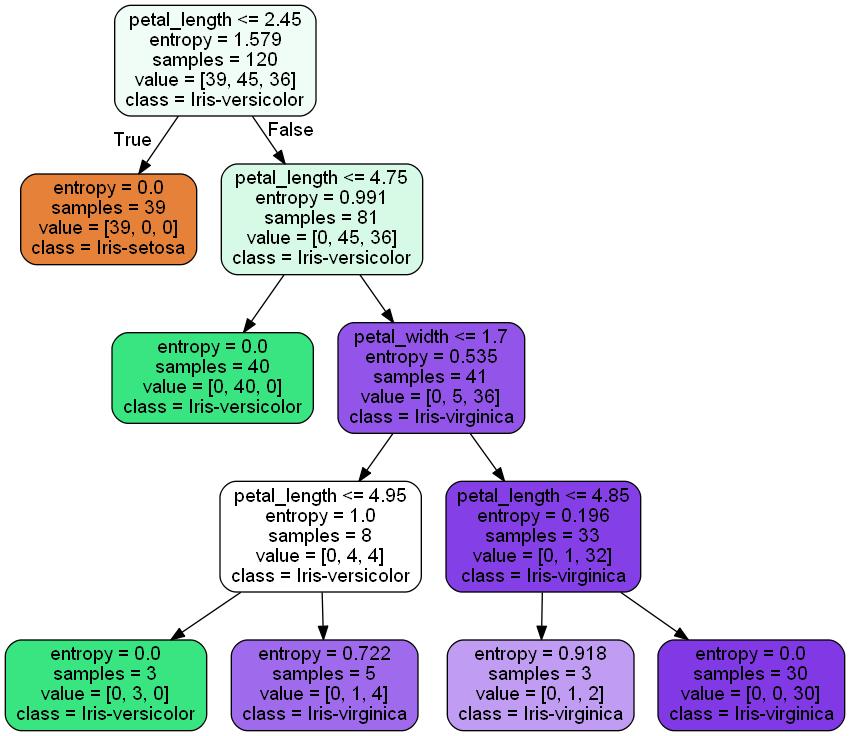
NohemyLemus/Inteligencia-artificial keeps this Graphviz diagram as Arboles/notebooks/iris-tree.png. Above is the earlier version. Its source is kept beside it as Arboles/notebooks/iris-tree.dot.
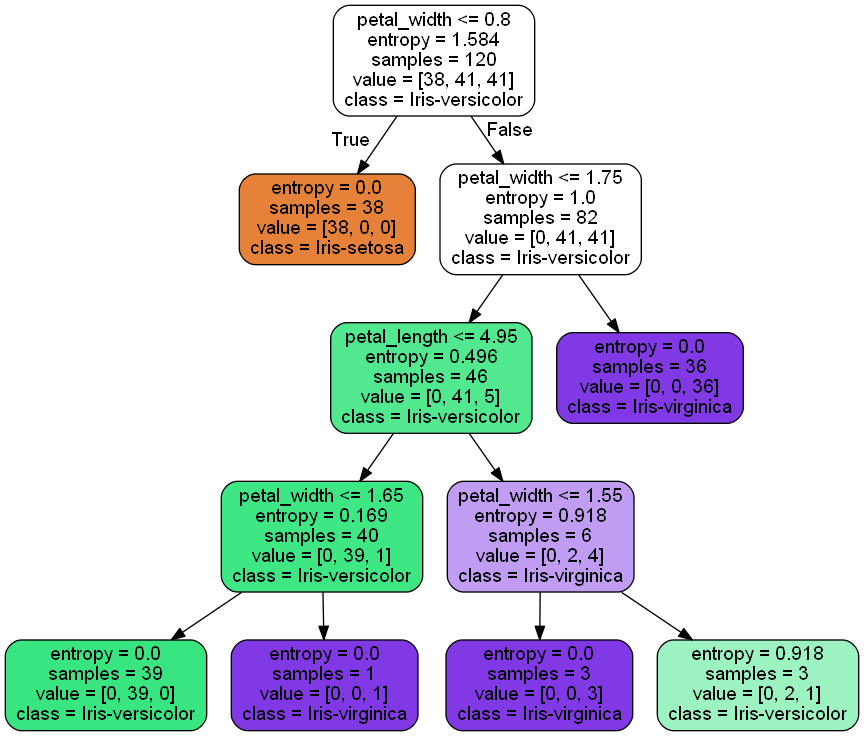
Above is the later version.

Change to the diagram source:
```diff
@@ -1,25 +1,25 @@
 digraph Tree {
 node [shape=box, style="filled, rounded", color="black", fontname=helvetica] ;
 edge [fontname=helvetica] ;
-0 [label="petal_length <= 2.45\nentropy = 1.579\nsamples = 120\nvalue = [39, 45, 36]\nclass = Iris-versicolor", fillcolor="#f0fdf6"] ;
-1 [label="entropy = 0.0\nsamples = 39\nvalue = [39, 0, 0]\nclass = Iris-setosa", fillcolor="#e58139"] ;
+0 [label="petal_width <= 0.8\nentropy = 1.584\nsamples = 120\nvalue = [38, 41, 41]\nclass = Iris-versicolor", fillcolor="#ffffff"] ;
+1 [label="entropy = 0.0\nsamples = 38\nvalue = [38, 0, 0]\nclass = Iris-setosa", fillcolor="#e58139"] ;
 0 -> 1 [labeldistance=2.5, labelangle=45, headlabel="True"] ;
-2 [label="petal_length <= 4.75\nentropy = 0.991\nsamples = 81\nvalue = [0, 45, 36]\nclass = Iris-versicolor", fillcolor="#d7fae6"] ;
+2 [label="petal_width <= 1.75\nentropy = 1.0\nsamples = 82\nvalue = [0, 41, 41]\nclass = Iris-versicolor", fillcolor="#ffffff"] ;
 0 -> 2 [labeldistance=2.5, labelangle=-45, headlabel="False"] ;
-3 [label="entropy = 0.0\nsamples = 40\nvalue = [0, 40, 0]\nclass = Iris-versicolor", fillcolor="#39e581"] ;
+3 [label="petal_length <= 4.95\nentropy = 0.496\nsamples = 46\nvalue = [0, 41, 5]\nclass = Iris-versicolor", fillcolor="#51e890"] ;
 2 -> 3 ;
-4 [label="petal_width <= 1.7\nentropy = 0.535\nsamples = 41\nvalue = [0, 5, 36]\nclass = Iris-virginica", fillcolor="#9254e9"] ;
-2 -> 4 ;
-5 [label="petal_length <= 4.95\nentropy = 1.0\nsamples = 8\nvalue = [0, 4, 4]\nclass = Iris-versicolor", fillcolor="#ffffff"] ;
+4 [label="petal_width <= 1.65\nentropy = 0.169\nsamples = 40\nvalue = [0, 39, 1]\nclass = Iris-versicolor", fillcolor="#3ee684"] ;
+3 -> 4 ;
+5 [label="entropy = 0.0\nsamples = 39\nvalue = [0, 39, 0]\nclass = Iris-versicolor", fillcolor="#39e581"] ;
 4 -> 5 ;
-6 [label="entropy = 0.0\nsamples = 3\nvalue = [0, 3, 0]\nclass = Iris-versicolor", fillcolor="#39e581"] ;
-5 -> 6 ;
-7 [label="entropy = 0.722\nsamples = 5\nvalue = [0, 1, 4]\nclass = Iris-virginica", fillcolor="#a06aec"] ;
-5 -> 7 ;
-8 [label="petal_length <= 4.85\nentropy = 0.196\nsamples = 33\nvalue = [0, 1, 32]\nclass = Iris-virginica", fillcolor="#853fe6"] ;
-4 -> 8 ;
-9 [label="entropy = 0.918\nsamples = 3\nvalue = [0, 1, 2]\nclass = Iris-virginica", fillcolor="#c09cf2"] ;
-8 -> 9 ;
-10 [label="entropy = 0.0\nsamples = 30\nvalue = [0, 0, 30]\nclass = Iris-virginica", fillcolor="#8139e5"] ;
-8 -> 10 ;
+6 [label="entropy = 0.0\nsamples = 1\nvalue = [0, 0, 1]\nclass = Iris-virginica", fillcolor="#8139e5"] ;
+4 -> 6 ;
+7 [label="petal_width <= 1.55\nentropy = 0.918\nsamples = 6\nvalue = [0, 2, 4]\nclass = Iris-virginica", fillcolor="#c09cf2"] ;
+3 -> 7 ;
+8 [label="entropy = 0.0\nsamples = 3\nvalue = [0, 0, 3]\nclass = Iris-virginica", fillcolor="#8139e5"] ;
+7 -> 8 ;
+9 [label="entropy = 0.918\nsamples = 3\nvalue = [0, 2, 1]\nclass = Iris-versicolor", fillcolor="#9cf2c0"] ;
+7 -> 9 ;
+10 [label="entropy = 0.0\nsamples = 36\nvalue = [0, 0, 36]\nclass = Iris-virginica", fillcolor="#8139e5"] ;
+2 -> 10 ;
 }
```
